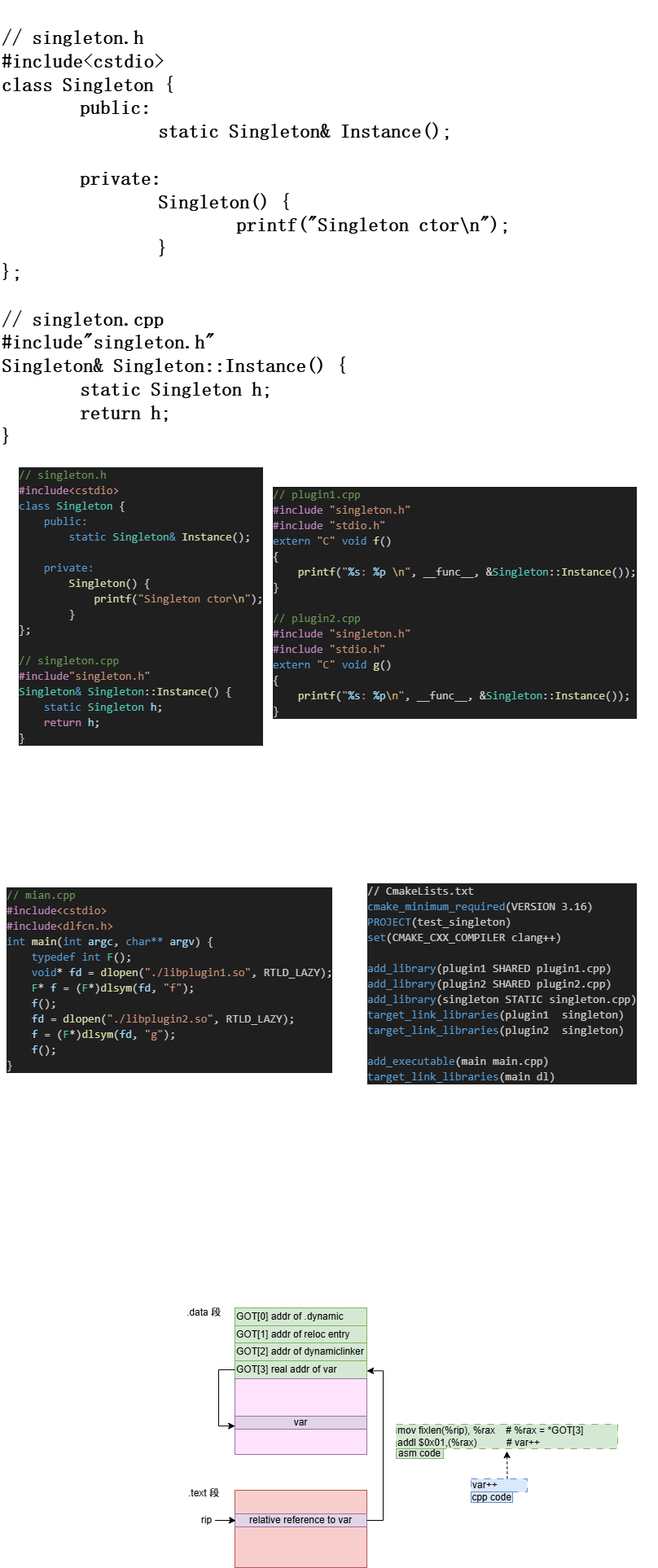
Above: 编译链接/动态库.drawio.png in SixPlusAndTimes/drawio (draw.io), before the change. Source tidied: cells renumbered, new cells last; positions are measured from the earlier drawing's top-left corner, leaving out a move shared by most shapes.
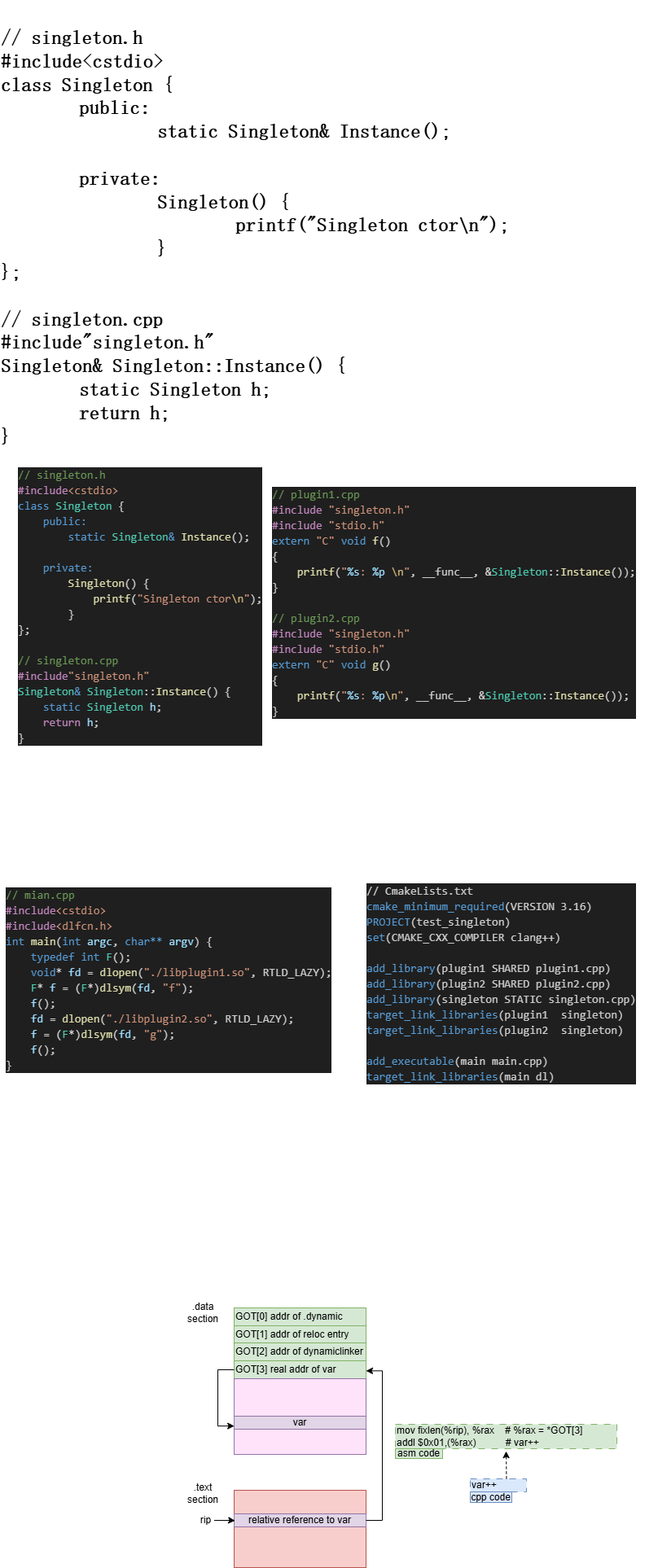
The same diagram one commit later.

Commit message:
更新动态库.drawio.png

What changed in the source:
```diff
@@ -50,10 +50,10 @@
     <mxCell id="17" style="whiteSpace=wrap;html=1;fillColor=#f8cecc;strokeColor=#b85450;" parent="1" vertex="1">
       <mxGeometry x="288" y="1830" width="162" height="95" as="geometry" />
     </mxCell>
-    <mxCell id="18" value=".data 段" style="text;html=1;align=center;verticalAlign=middle;whiteSpace=wrap;rounded=0;" parent="1" vertex="1">
+    <mxCell id="18" value=".data section" style="text;html=1;align=center;verticalAlign=middle;whiteSpace=wrap;rounded=0;" parent="1" vertex="1">
       <mxGeometry x="220" y="1597" width="60" height="30" as="geometry" />
     </mxCell>
-    <mxCell id="19" value=".text 段" style="text;html=1;align=center;verticalAlign=middle;whiteSpace=wrap;rounded=0;" parent="1" vertex="1">
+    <mxCell id="19" value=".text section" style="text;html=1;align=center;verticalAlign=middle;whiteSpace=wrap;rounded=0;" parent="1" vertex="1">
       <mxGeometry x="220" y="1819" width="60" height="30" as="geometry" />
     </mxCell>
     <mxCell id="20" value="relative reference to var" style="rounded=0;whiteSpace=wrap;html=1;fillColor=#e1d5e7;strokeColor=#9673a6;" parent="1" vertex="1">
```
